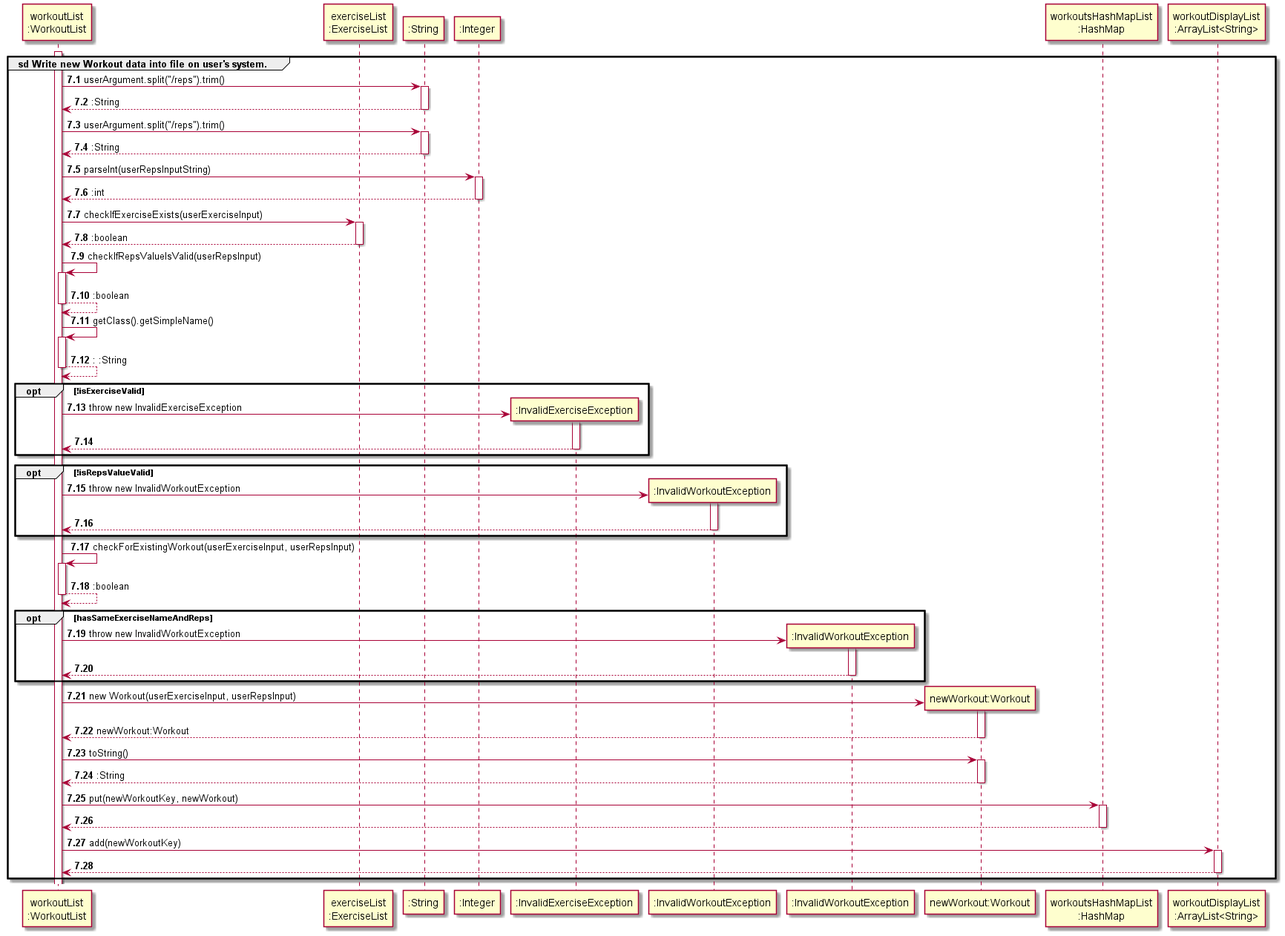
Earlier version of the PlantUML export docs/uml/sequenceDiagrams/images/CreateAndAddWorkout.png (nus-cs2113-AY2122S2/tp). Its diagram source:
```plantuml
@startuml
!include ../Style.puml

autonumber 7.1

participant "workoutList\n:WorkoutList" AS wl
participant "exerciseList\n:ExerciseList" AS el

activate wl
group sd Write new Workout data into file on user's system.
wl -> ":String" : userArgument.split("/reps").trim()
activate ":String"
return :String
deactivate ":String"
wl -> ":String" : userArgument.split("/reps").trim()
activate ":String"
return :String
deactivate ":String"

wl -> ":Integer" :parseInt(userRepsInputString)
activate ":Integer"
return :int
deactivate ":Integer"

wl -> el : checkIfExerciseExists(userExerciseInput)
activate el
return :boolean
deactivate el

wl -> wl : checkIfRepsValueIsValid(userRepsInput)
activate wl
return :boolean


wl -> wl : getClass().getSimpleName()
activate wl
return : :String

opt !isExerciseValid
create ":InvalidExerciseException" AS iee
wl -> iee : throw new InvalidExerciseException
activate iee
return
end

opt !isRepsValueValid
create ":InvalidWorkoutException" AS iwe
wl -> iwe : throw new InvalidWorkoutException
activate iwe
return
end

wl -> wl : checkForExistingWorkout(userExerciseInput, userRepsInput)
activate wl
return :boolean

opt hasSameExerciseNameAndReps
create ":InvalidWorkoutException" AS iwe2
wl -> iwe2 : throw new InvalidWorkoutException
activate iwe2
return
end

create "newWorkout:Workout" AS newWorkout
wl -> newWorkout : new Workout(userExerciseInput, userRepsInput)
activate newWorkout
return newWorkout:Workout

wl -> newWorkout : toString()
activate newWorkout
return :String

wl -> "workoutsHashMapList\n:HashMap" : put(newWorkoutKey, newWorkout)
activate "workoutsHashMapList\n:HashMap"
return

wl -> "workoutDisplayList\n:ArrayList<String>" : add(newWorkoutKey)
activate "workoutDisplayList\n:ArrayList<String>"
return

end
@enduml
```
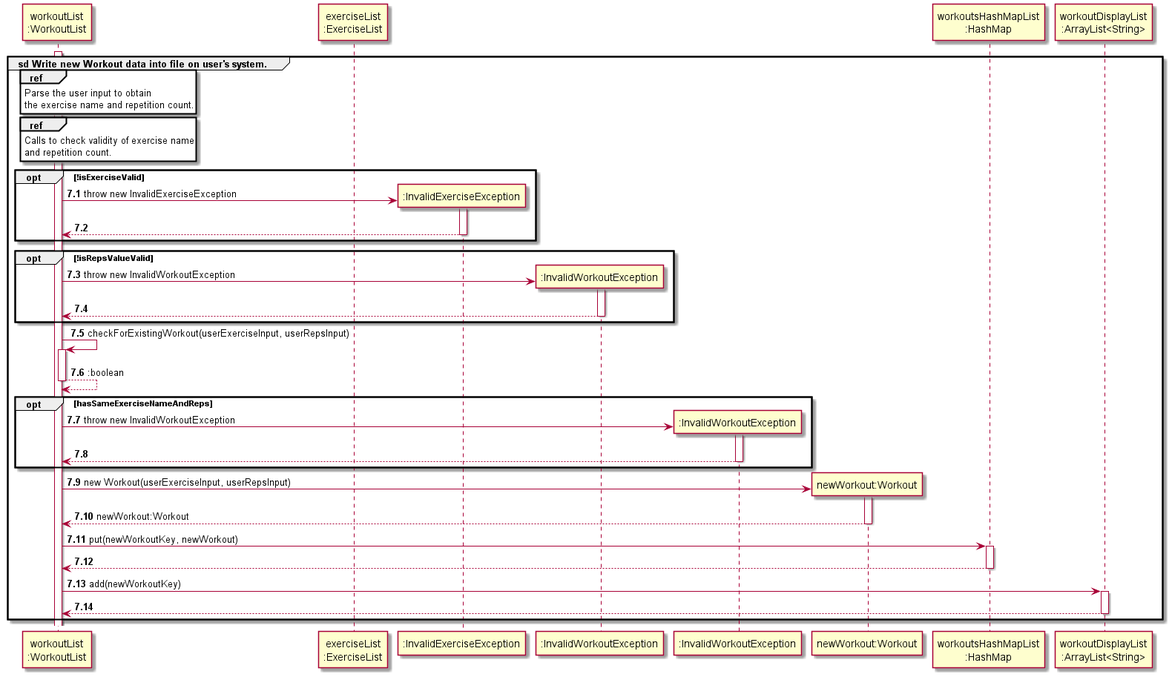
Later version of the same file.

Commit message:
Simplify `WorkoutList#createAndAddWorkout` sequence diagram

What changed in the source:
```diff
@@ -7,34 +7,18 @@
 participant "exerciseList\n:ExerciseList" AS el
 
 activate wl
+
 group sd Write new Workout data into file on user's system.
-wl -> ":String" : userArgument.split("/reps").trim()
-activate ":String"
-return :String
-deactivate ":String"
-wl -> ":String" : userArgument.split("/reps").trim()
-activate ":String"
-return :String
-deactivate ":String"
 
-wl -> ":Integer" :parseInt(userRepsInputString)
-activate ":Integer"
-return :int
-deactivate ":Integer"
+ref over wl
+Parse the user input to obtain
+the exercise name and repetition count.
+end
 
-wl -> el : checkIfExerciseExists(userExerciseInput)
-activate el
-return :boolean
-deactivate el
-
-wl -> wl : checkIfRepsValueIsValid(userRepsInput)
-activate wl
-return :boolean
-
-
-wl -> wl : getClass().getSimpleName()
-activate wl
-return : :String
+ref over wl
+Calls to check validity of exercise name
+and repetition count.
+end
 
 opt !isExerciseValid
 create ":InvalidExerciseException" AS iee
@@ -66,10 +50,6 @@
 activate newWorkout
 return newWorkout:Workout
 
-wl -> newWorkout : toString()
-activate newWorkout
-return :String
-
 wl -> "workoutsHashMapList\n:HashMap" : put(newWorkoutKey, newWorkout)
 activate "workoutsHashMapList\n:HashMap"
 return
```
